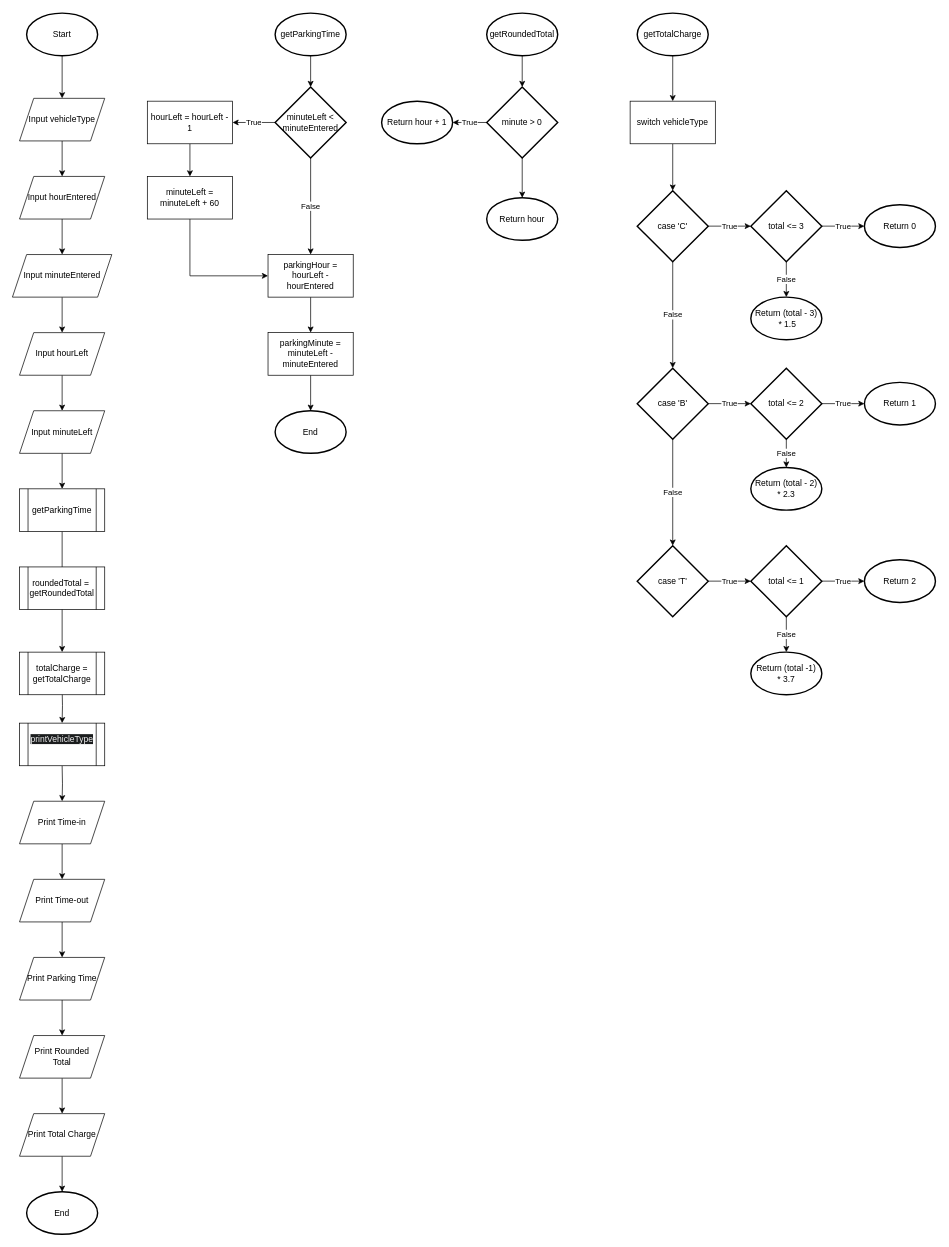
Before: page "Page-1" (1 of 2) of C Programming/parking_fare/parking_fare.drawio in skaarfundgandr/CC-COMPPROG11, a draw.io diagram. Source tidied: cells renumbered, new cells numbered last; positions are measured from the earlier drawing's top-left corner, leaving out a move shared by most shapes. Both pictures are drawn from the tidied source at 71%, with x=0, y=0 at pixel (12, 13).
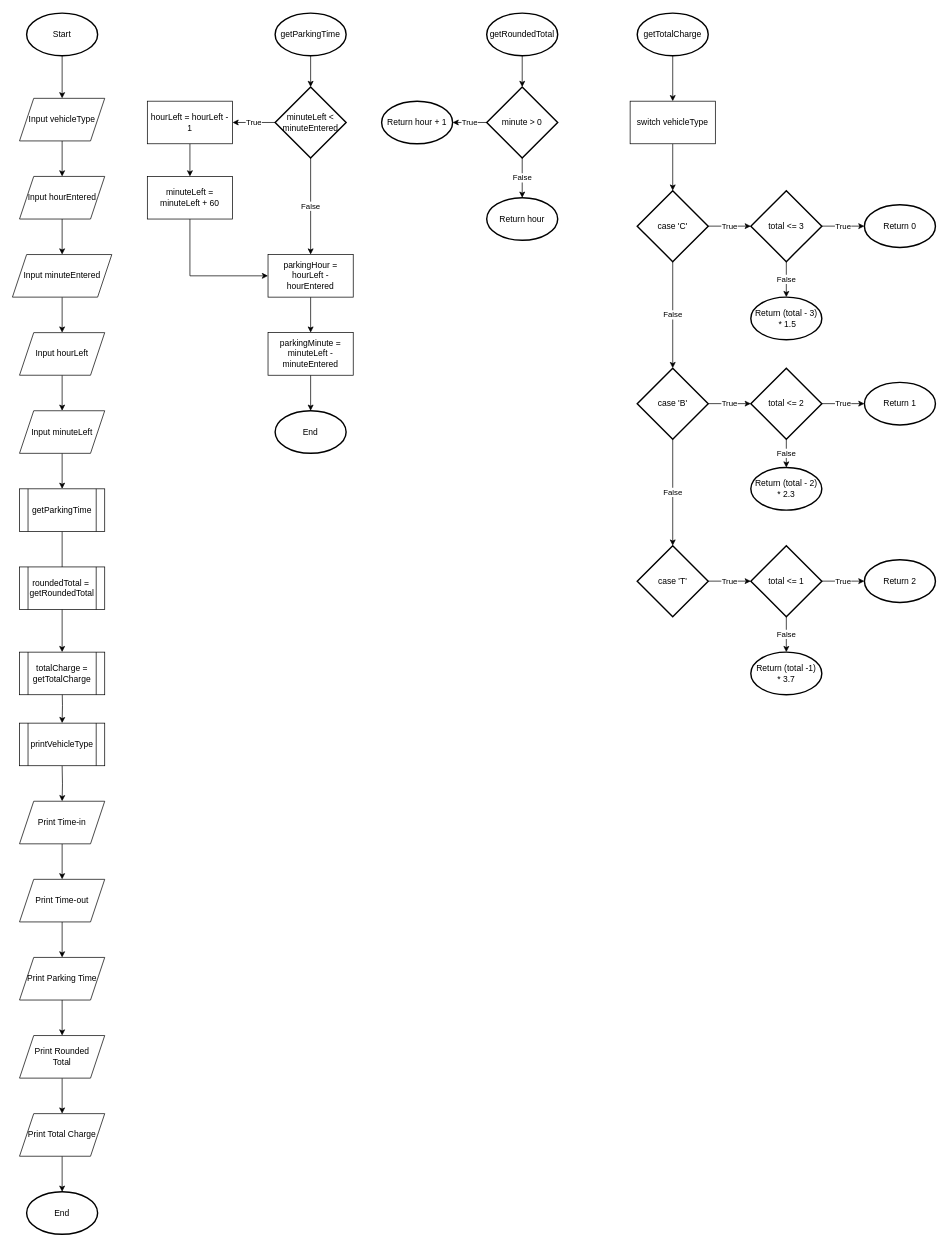
The same page after the edit.

Unchanged cells that the change refers to:
```xml
<mxCell id="50" value="minute &amp;gt; 0" style="strokeWidth=2;html=1;shape=mxgraph.flowchart.decision;whiteSpace=wrap;" parent="1" vertex="1">
  <mxGeometry x="668" y="104" width="100" height="100" as="geometry" />
</mxCell>
<mxCell id="52" value="Return hour" style="strokeWidth=2;html=1;shape=mxgraph.flowchart.start_1;whiteSpace=wrap;" parent="1" vertex="1">
  <mxGeometry x="668" y="260" width="100" height="60" as="geometry" />
</mxCell>
```

What changed in the source:
```diff
@@
-    <mxCell id="31" value="&#10;&lt;span style=&quot;color: rgb(240, 240, 240); font-family: Helvetica; font-size: 12px; font-style: normal; font-variant-ligatures: normal; font-variant-caps: normal; font-weight: 400; letter-spacing: normal; orphans: 2; text-align: center; text-indent: 0px; text-transform: none; widows: 2; word-spacing: 0px; -webkit-text-stroke-width: 0px; background-color: rgb(27, 29, 30); text-decoration-thickness: initial; text-decoration-style: initial; text-decoration-color: initial; float: none; display: inline !important;&quot;&gt;printVehicleType&lt;/span&gt;&#10;&#10;" style="shape=process;whiteSpace=wrap;html=1;backgroundOutline=1;" parent="1" vertex="1">
+    <mxCell id="31" value="printVehicleType" style="shape=process;whiteSpace=wrap;html=1;backgroundOutline=1;" parent="1" vertex="1">
       <mxGeometry x="10" y="1000" width="120" height="60" as="geometry" />
     </mxCell>
@@
-    <mxCell id="49" style="edgeStyle=orthogonalEdgeStyle;rounded=0;jettySize=auto;html=1;" parent="1" edge="1" source="50" target="52">
+    <mxCell id="49" value="False" style="edgeStyle=orthogonalEdgeStyle;rounded=0;jettySize=auto;html=1;" parent="1" edge="1" source="50" target="52">
       <mxGeometry relative="1" as="geometry" />
     </mxCell>
```
